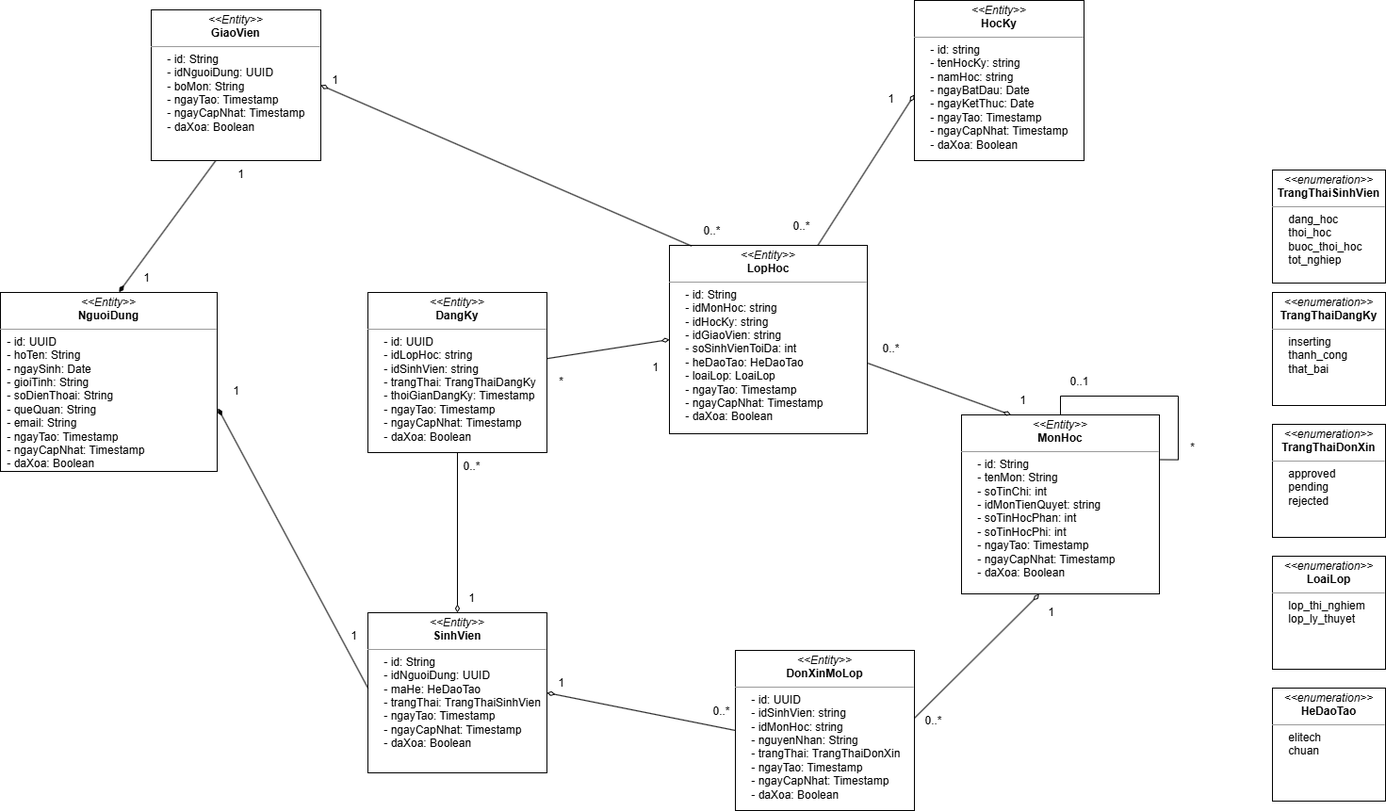
imvietcuongfrvietnam/PTTKHT keeps this draw.io diagram as Class Diagram/Domain/Domain_class_diagram.drawio.png. Above is the earlier version. Source tidied: cells renumbered, new cells last; positions are measured from the earlier drawing's top-left corner, leaving out a move shared by most shapes.
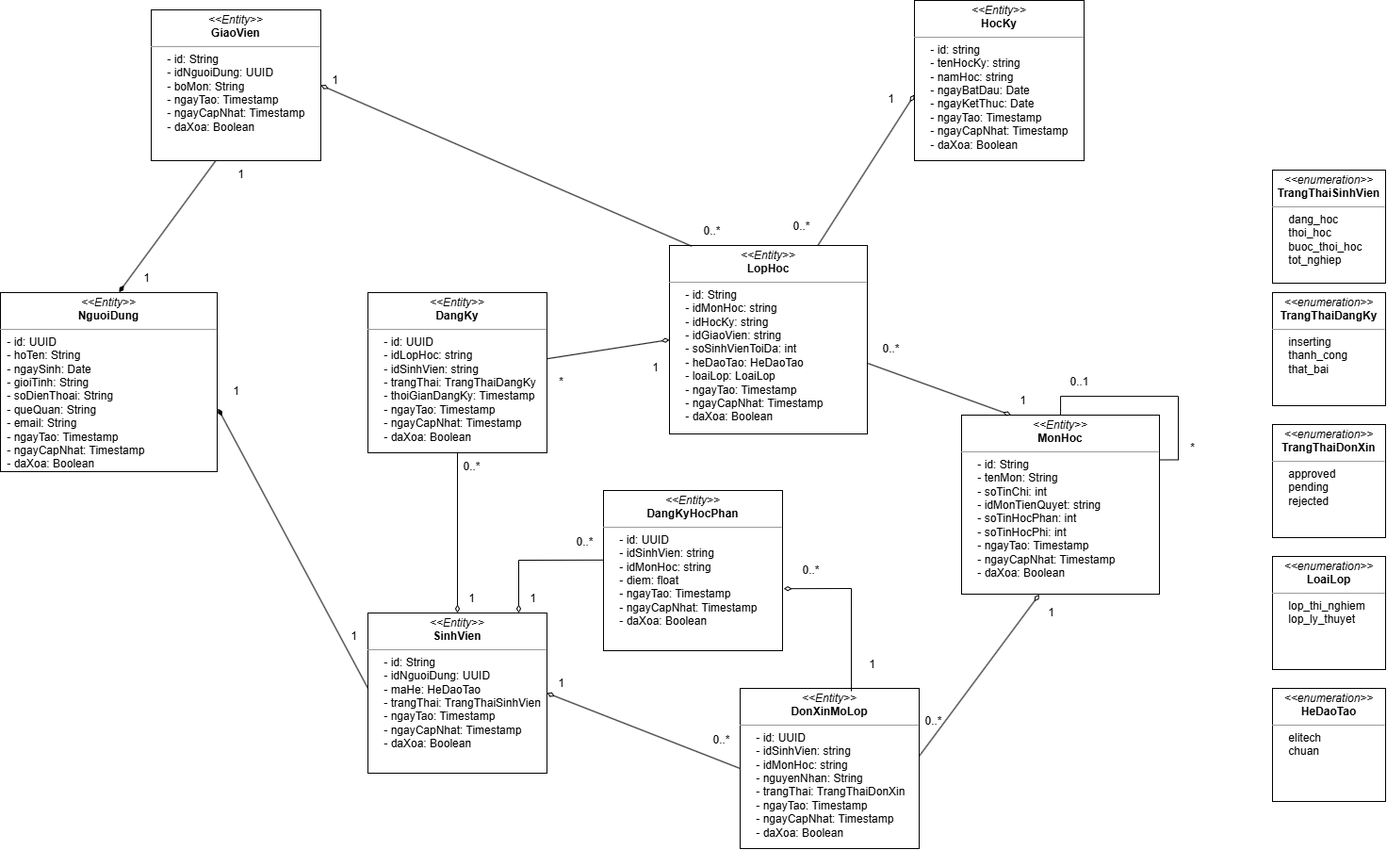
The same file after the commit.

What changed in the source:
```diff
@@ -24,7 +24,7 @@
       <mxGeometry x="970" width="180" height="170" as="geometry" />
     </mxCell>
     <mxCell id="9" value="&lt;p style=&quot;margin:0px;margin-top:4px;text-align:center;&quot;&gt;&lt;i&gt;&amp;lt;&amp;lt;Entity&amp;gt;&amp;gt;&lt;/i&gt;&lt;br&gt;&lt;b&gt;DonXinMoLop&lt;/b&gt;&lt;/p&gt;&lt;hr size=&quot;1&quot;&gt;&lt;p style=&quot;margin:0px;margin-left:4px;&quot;&gt;&amp;nbsp; &amp;nbsp; - id: UUID&lt;/p&gt;&lt;p style=&quot;margin:0px;margin-left:4px;&quot;&gt;&amp;nbsp; &amp;nbsp; - idSinhVien: string&lt;/p&gt;&lt;p style=&quot;margin:0px;margin-left:4px;&quot;&gt;&amp;nbsp; &amp;nbsp; - idMonHoc: string&lt;/p&gt;&lt;p style=&quot;margin:0px;margin-left:4px;&quot;&gt;&amp;nbsp; &amp;nbsp; - nguyenNhan: String&lt;/p&gt;&lt;p style=&quot;margin:0px;margin-left:4px;&quot;&gt;&amp;nbsp; &amp;nbsp; - trangThai: TrangThaiDonXin&lt;/p&gt;&lt;p style=&quot;margin:0px;margin-left:4px;&quot;&gt;&amp;nbsp; &amp;nbsp; - ngayTao: Timestamp&lt;/p&gt;&lt;p style=&quot;margin:0px;margin-left:4px;&quot;&gt;&amp;nbsp; &amp;nbsp; - ngayCapNhat: Timestamp&lt;/p&gt;&lt;p style=&quot;margin:0px;margin-left:4px;&quot;&gt;&amp;nbsp; &amp;nbsp; - daXoa: Boolean&lt;/p&gt;" style="verticalAlign=top;align=left;overflow=fill;fontSize=12;fontFamily=Helvetica;html=1;rounded=0;shadow=0;comic=0;labelBackgroundColor=none;strokeWidth=1;" parent="1" vertex="1">
-      <mxGeometry x="780" y="690" width="190" height="170" as="geometry" />
+      <mxGeometry x="785" y="730" width="190" height="170" as="geometry" />
     </mxCell>
     <mxCell id="10" value="0..*" style="text;html=1;align=center;verticalAlign=middle;strokeColor=none;fillColor=none;" parent="1" vertex="1">
       <mxGeometry x="925" y="355" width="40" height="30" as="geometry" />
@@ -60,7 +60,7 @@
       <mxGeometry x="580" y="710" width="30" height="30" as="geometry" />
     </mxCell>
     <mxCell id="21" value="0..*" style="text;html=1;align=center;verticalAlign=middle;strokeColor=none;fillColor=none;" parent="1" vertex="1">
-      <mxGeometry x="745" y="740" width="40" height="30" as="geometry" />
+      <mxGeometry x="745" y="770" width="40" height="30" as="geometry" />
     </mxCell>
     <mxCell id="22" value="1" style="text;html=1;align=center;verticalAlign=middle;strokeColor=none;fillColor=none;" parent="1" vertex="1">
       <mxGeometry x="1100" y="635" width="30" height="30" as="geometry" />
@@ -133,5 +133,35 @@
     <mxCell id="44" style="endArrow=diamondThin;html=1;rounded=0;exitX=0.379;exitY=1.002;exitDx=0;exitDy=0;exitPerimeter=0;entryX=0.547;entryY=-0.002;entryDx=0;entryDy=0;entryPerimeter=0;endFill=1;" parent="1" edge="1" source="3" target="2">
       <mxGeometry relative="1" as="geometry" />
     </mxCell>
+    <mxCell id="45" value="&lt;p style=&quot;margin:0px;margin-top:4px;text-align:center;&quot;&gt;&lt;i&gt;&amp;lt;&amp;lt;Entity&amp;gt;&amp;gt;&lt;/i&gt;&lt;br&gt;&lt;b&gt;DangKyHocPhan&lt;/b&gt;&lt;/p&gt;&lt;hr size=&quot;1&quot;&gt;&lt;p style=&quot;margin:0px;margin-left:4px;&quot;&gt;&amp;nbsp; &amp;nbsp; - id: UUID&lt;/p&gt;&lt;p style=&quot;margin:0px;margin-left:4px;&quot;&gt;&amp;nbsp; &amp;nbsp; - idSinhVien: string&lt;/p&gt;&lt;p style=&quot;margin:0px;margin-left:4px;&quot;&gt;&amp;nbsp; &amp;nbsp; - idMonHoc: string&lt;/p&gt;&lt;p style=&quot;margin:0px;margin-left:4px;&quot;&gt;&amp;nbsp; &amp;nbsp; - diem: float&lt;/p&gt;&lt;p style=&quot;margin:0px;margin-left:4px;&quot;&gt;&amp;nbsp; &amp;nbsp; - ngayTao: Timestamp&lt;/p&gt;&lt;p style=&quot;margin:0px;margin-left:4px;&quot;&gt;&amp;nbsp; &amp;nbsp; - ngayCapNhat: Timestamp&lt;/p&gt;&lt;p style=&quot;margin:0px;margin-left:4px;&quot;&gt;&amp;nbsp; &amp;nbsp; - daXoa: Boolean&lt;/p&gt;" style="verticalAlign=top;align=left;overflow=fill;fontSize=12;fontFamily=Helvetica;html=1;rounded=0;shadow=0;comic=0;labelBackgroundColor=none;strokeWidth=1;" parent="1" vertex="1">
+      <mxGeometry x="640" y="520" width="190" height="170" as="geometry" />
+    </mxCell>
+    <mxCell id="46" style="endArrow=diamondThin;html=1;rounded=0;exitX=-0.002;exitY=0.434;exitDx=0;exitDy=0;endFill=0;exitPerimeter=0;" parent="1" edge="1" source="45">
+      <mxGeometry relative="1" as="geometry">
+        <mxPoint x="550" y="650" as="targetPoint" />
+        <Array as="points">
+          <mxPoint x="550" y="594" />
+        </Array>
+      </mxGeometry>
+    </mxCell>
+    <mxCell id="47" style="endArrow=diamondThin;html=1;rounded=0;exitX=0.621;exitY=0.018;exitDx=0;exitDy=0;entryX=1.006;entryY=0.613;entryDx=0;entryDy=0;endFill=0;entryPerimeter=0;exitPerimeter=0;" parent="1" edge="1" source="9" target="45">
+      <mxGeometry relative="1" as="geometry">
+        <Array as="points">
+          <mxPoint x="903" y="624" />
+        </Array>
+      </mxGeometry>
+    </mxCell>
+    <mxCell id="48" value="1" style="text;html=1;align=center;verticalAlign=middle;strokeColor=none;fillColor=none;" parent="1" vertex="1">
+      <mxGeometry x="550" y="620" width="30" height="30" as="geometry" />
+    </mxCell>
+    <mxCell id="49" value="1" style="text;html=1;align=center;verticalAlign=middle;strokeColor=none;fillColor=none;" parent="1" vertex="1">
+      <mxGeometry x="910" y="690" width="30" height="30" as="geometry" />
+    </mxCell>
+    <mxCell id="50" value="0..*" style="text;html=1;align=center;verticalAlign=middle;strokeColor=none;fillColor=none;" parent="1" vertex="1">
+      <mxGeometry x="600" y="560" width="40" height="30" as="geometry" />
+    </mxCell>
+    <mxCell id="51" value="0..*" style="text;html=1;align=center;verticalAlign=middle;strokeColor=none;fillColor=none;" parent="1" vertex="1">
+      <mxGeometry x="840" y="590" width="40" height="30" as="geometry" />
+    </mxCell>
   </root>
 </mxGraphModel>
```
